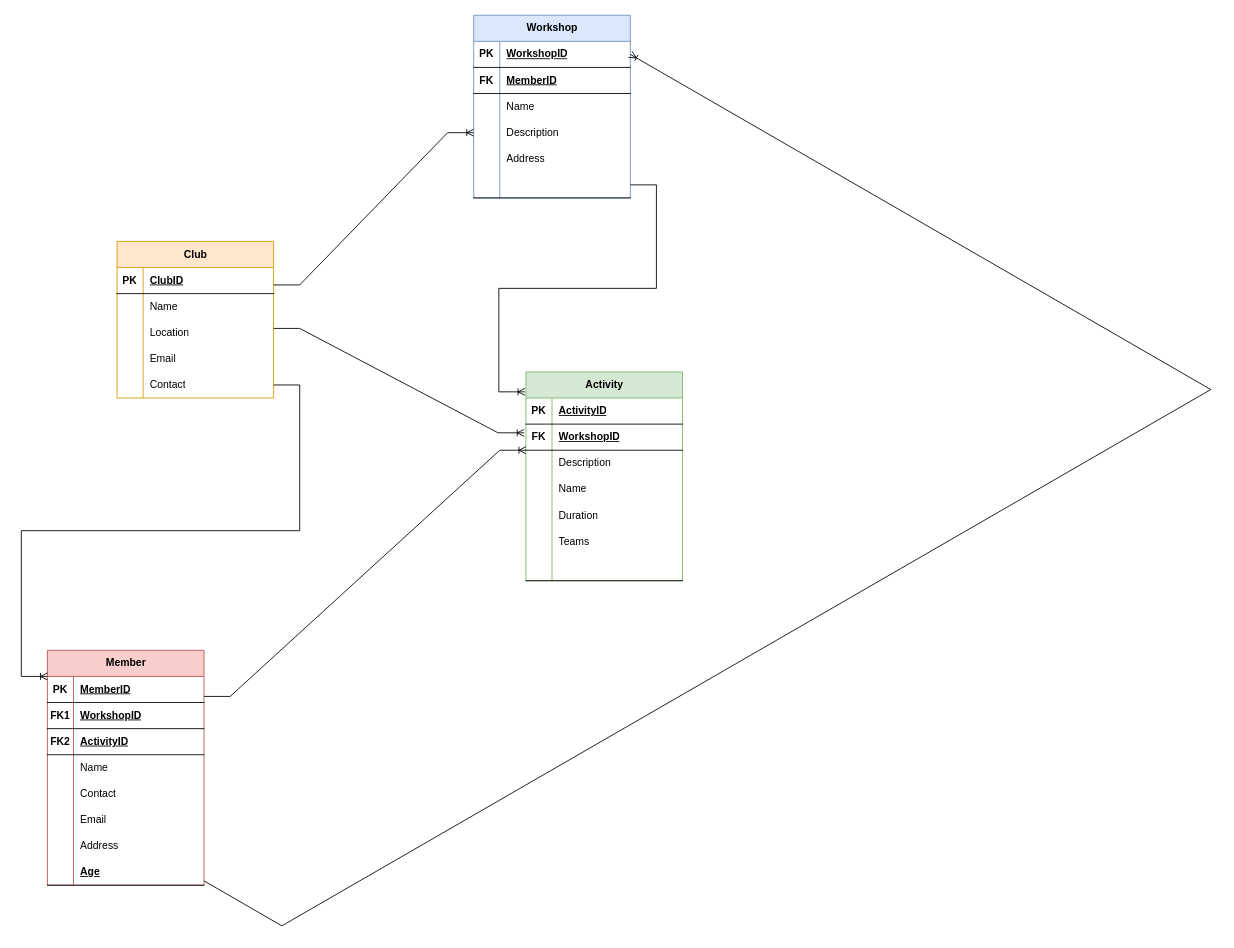
Above: CLUB ERD.drawio in Madrine07/2024-DSC-0083-SS-DBMS-Y1S2 (draw.io), before the change. Source tidied: cells renumbered, new cells numbered last; positions are measured from the earlier drawing's top-left corner, leaving out a move shared by most shapes. Both pictures are drawn from the tidied source at 87%, with x=0, y=0 at pixel (47, 15).
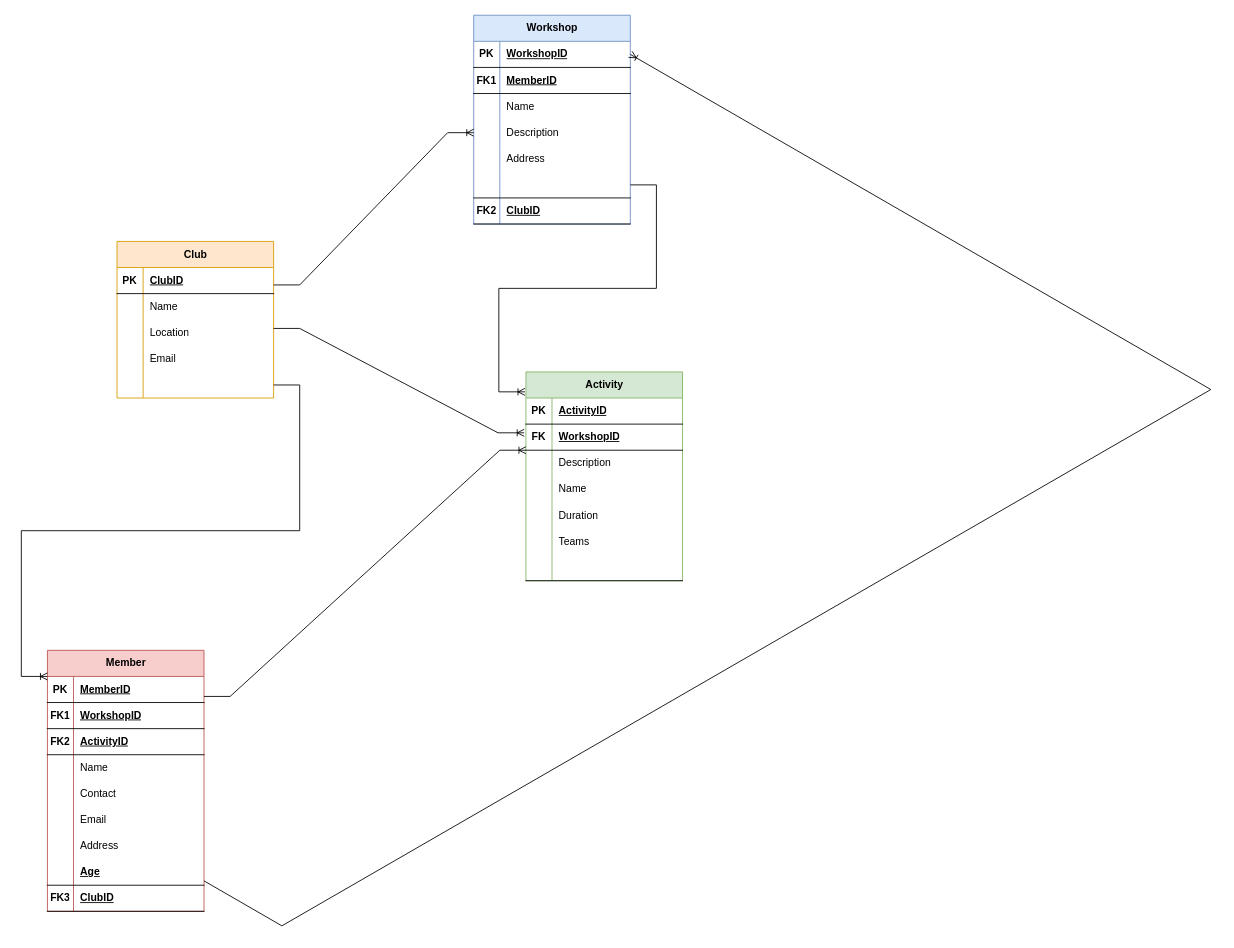
After the change.

Commit message:
'Club-ERD'

Unchanged cells that the change refers to:
```xml
<mxCell id="53" style="shape=tableRow;horizontal=0;startSize=0;swimlaneHead=0;swimlaneBody=0;fillColor=none;top=0;left=0;right=0;bottom=1;" parent="49" vertex="1">
  <mxGeometry y="60" width="180" height="30" as="geometry" />
</mxCell>
<mxCell id="81" style="shape=tableRow;horizontal=0;startSize=0;swimlaneHead=0;swimlaneBody=0;fillColor=none;points=[[0,0.5],[1,0.5]];portConstraint=eastwest;top=0;left=0;right=0;bottom=0;" parent="68" vertex="1">
  <mxGeometry y="150" width="180" height="30" as="geometry" />
</mxCell>
```

Diff of the diagram source:
```diff
@@
     <mxCell id="2" value="Member" style="shape=table;startSize=30;childLayout=tableLayout;rowLines=0;fontStyle=1;align=center;html=1;fillColor=#f8cecc;strokeColor=#b85450;" parent="1" vertex="1">
-      <mxGeometry y="730" width="180" height="270" as="geometry" />
+      <mxGeometry y="730" width="180" height="300" as="geometry" />
     </mxCell>
@@
+    <mxCell id="90" style="shape=tableRow;horizontal=0;startSize=0;swimlaneHead=0;swimlaneBody=0;fillColor=none;top=0;left=0;right=0;bottom=1;" parent="2" vertex="1">
+      <mxGeometry y="270" width="180" height="30" as="geometry" />
+    </mxCell>
+    <mxCell id="91" value="FK3" style="shape=partialRectangle;fillColor=none;top=0;left=0;bottom=0;right=0;fontStyle=1;overflow=hidden;whiteSpace=wrap;html=1;" parent="90" vertex="1">
+      <mxGeometry width="30" height="30" as="geometry" />
+    </mxCell>
+    <mxCell id="92" value="ClubID" style="shape=partialRectangle;fillColor=none;top=0;left=0;bottom=0;right=0;align=left;spacingLeft=6;fontStyle=5;overflow=hidden;whiteSpace=wrap;html=1;" parent="90" vertex="1">
+      <mxGeometry x="30" width="150" height="30" as="geometry" />
+    </mxCell>
@@
     <mxCell id="49" value="Workshop" style="shape=table;startSize=30;childLayout=tableLayout;rowLines=0;fontStyle=1;align=center;html=1;fillColor=#dae8fc;strokeColor=#6c8ebf;" parent="1" vertex="1">
-      <mxGeometry x="490" width="180" height="210" as="geometry" />
+      <mxGeometry x="490" width="180" height="240" as="geometry" />
     </mxCell>
@@
-    <mxCell id="54" value="FK" style="shape=partialRectangle;fillColor=none;top=0;left=0;bottom=0;right=0;fontStyle=1;overflow=hidden;whiteSpace=wrap;html=1;" parent="53" vertex="1">
+    <mxCell id="54" value="FK1" style="shape=partialRectangle;fillColor=none;top=0;left=0;bottom=0;right=0;fontStyle=1;overflow=hidden;whiteSpace=wrap;html=1;" parent="53" vertex="1">
       <mxGeometry width="30" height="30" as="geometry" />
     </mxCell>
@@
+    <mxCell id="93" style="shape=tableRow;horizontal=0;startSize=0;swimlaneHead=0;swimlaneBody=0;fillColor=none;top=0;left=0;right=0;bottom=1;" parent="49" vertex="1">
+      <mxGeometry y="210" width="180" height="30" as="geometry" />
+    </mxCell>
+    <mxCell id="94" value="FK2" style="shape=partialRectangle;fillColor=none;top=0;left=0;bottom=0;right=0;fontStyle=1;overflow=hidden;whiteSpace=wrap;html=1;" parent="93" vertex="1">
+      <mxGeometry width="30" height="30" as="geometry" />
+    </mxCell>
+    <mxCell id="95" value="ClubID" style="shape=partialRectangle;fillColor=none;top=0;left=0;bottom=0;right=0;align=left;spacingLeft=6;fontStyle=5;overflow=hidden;whiteSpace=wrap;html=1;" parent="93" vertex="1">
+      <mxGeometry x="30" width="150" height="30" as="geometry" />
+    </mxCell>
@@
-    <mxCell id="83" value="Contact" style="shape=partialRectangle;fillColor=none;top=0;left=0;bottom=0;right=0;align=left;spacingLeft=6;overflow=hidden;whiteSpace=wrap;html=1;" parent="81" vertex="1">
+    <mxCell id="83" style="shape=partialRectangle;fillColor=none;top=0;left=0;bottom=0;right=0;align=left;spacingLeft=6;overflow=hidden;whiteSpace=wrap;html=1;" parent="81" vertex="1">
       <mxGeometry x="30" width="150" height="30" as="geometry" />
     </mxCell>
```
